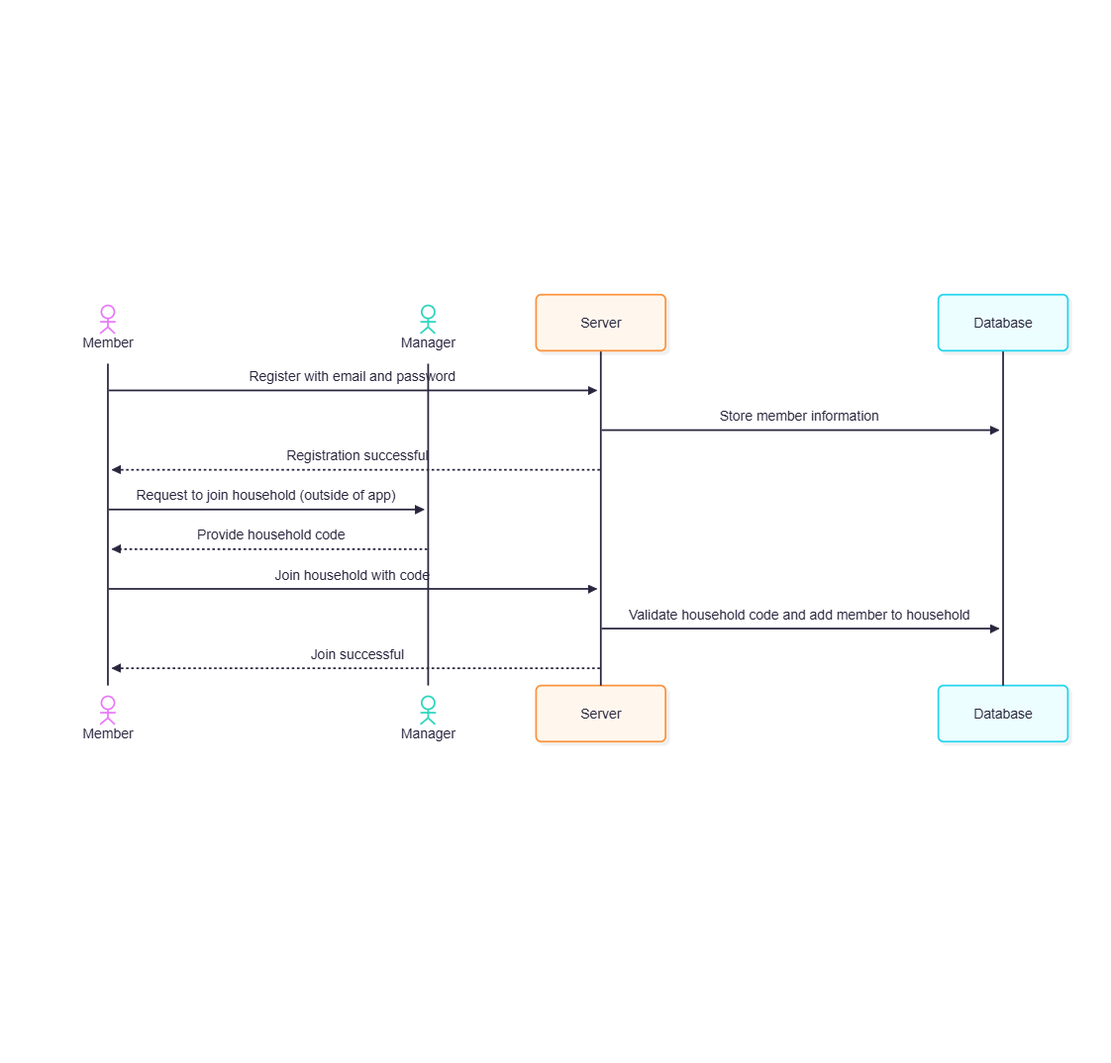
The Mermaid diagram diagrams/user_register_and_join_household.png in VenkatCSClasses/project-2-group1, before a commit. Its source is kept beside it as diagrams/user_register_and_join_household.mmd. The source it was exported from:
```mermaid
sequenceDiagram
    actor Member
    actor Manager
    participant Server
    participant Database

    Member->>Server: Register with email and password
    Server->>Database: Store member information
    Server-->>Member: Registration successful
    Member->>Manager: Request to join household (outside of app)
    Manager-->>Member: Provide household code
    Member->>Server: Join household with code
    Server->>Database: Validate household code and add member to household
    Server-->>Member: Join successful
```
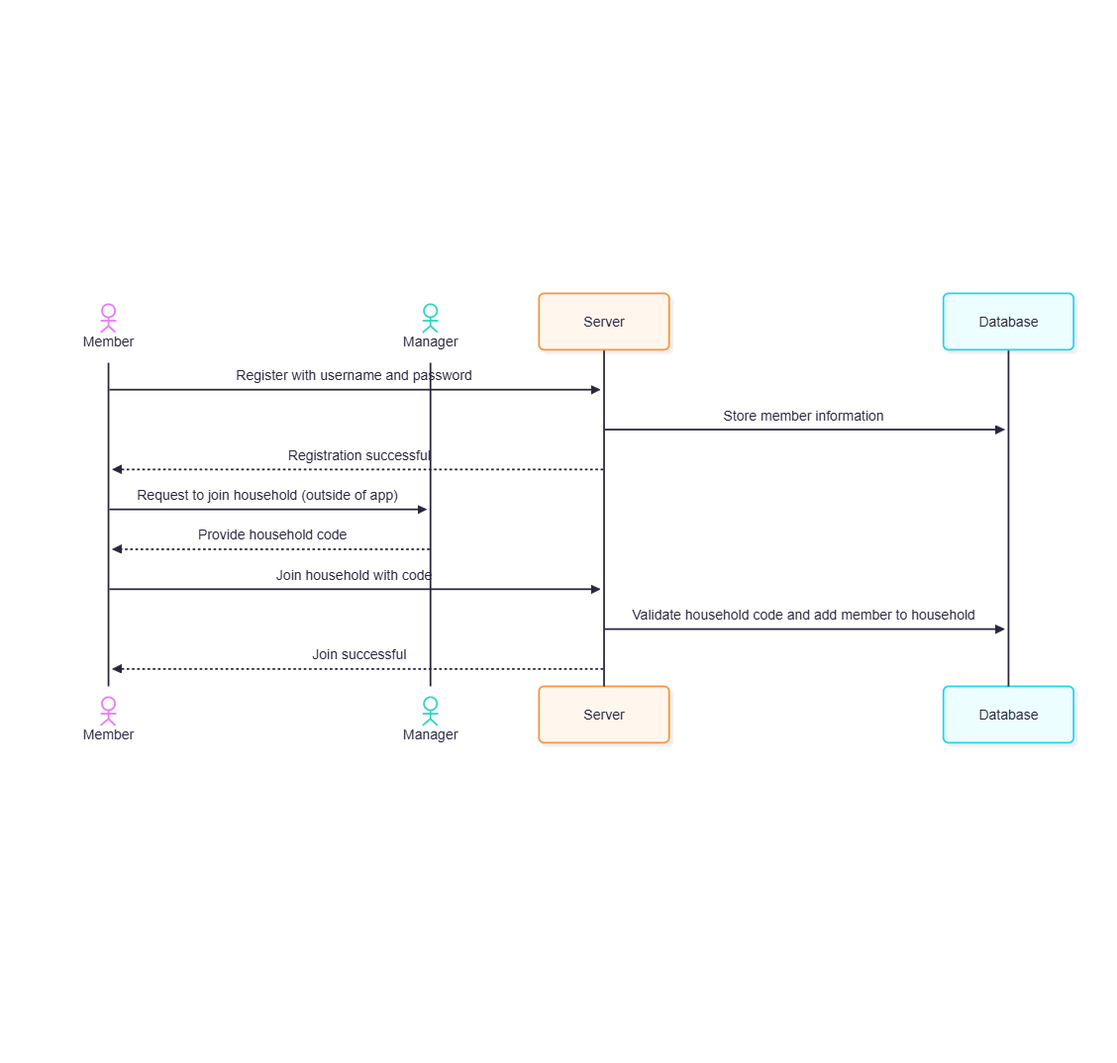
The same file after the commit.

Commit message:
added sprint 2 review and fix sequence diagram

Change to the diagram source:
```diff
@@ -4,7 +4,7 @@
     participant Server
     participant Database
 
-    Member->>Server: Register with email and password
+    Member->>Server: Register with username and password
     Server->>Database: Store member information
     Server-->>Member: Registration successful
     Member->>Manager: Request to join household (outside of app)
```
